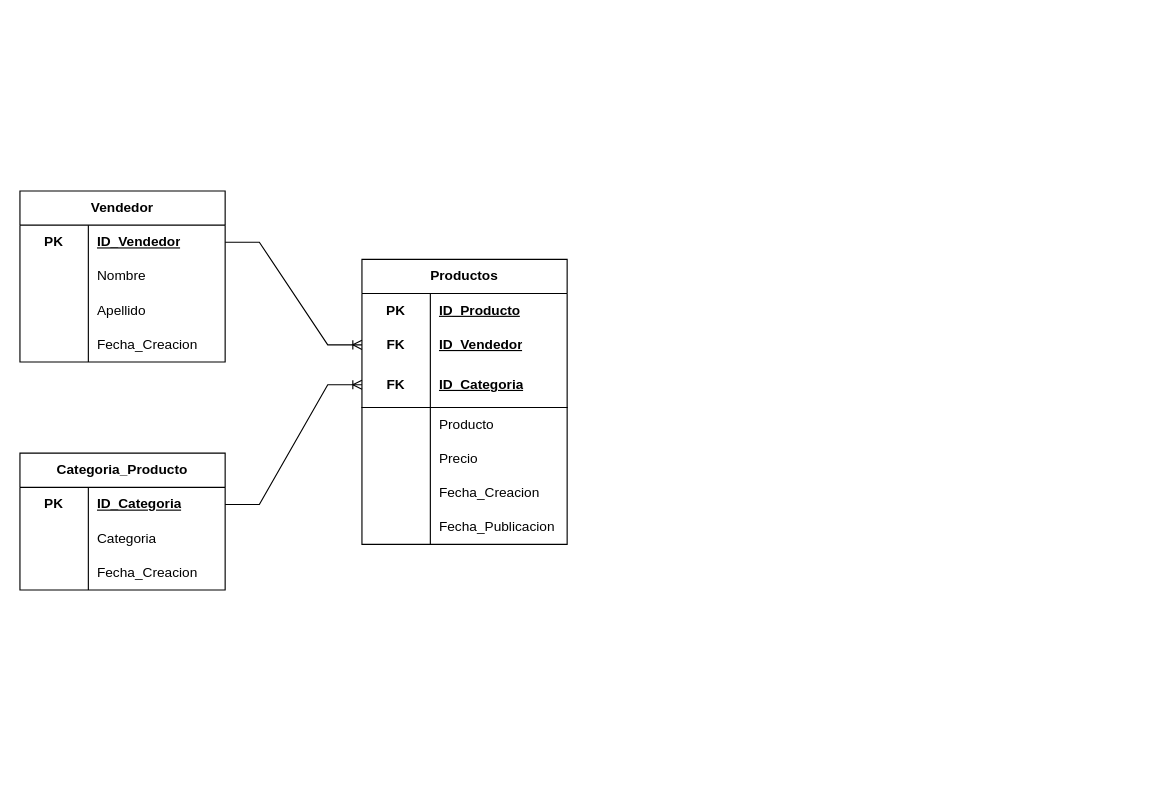
Above: Diagrama sin título.drawio in joansaal0900/CoderHouse (draw.io), before the change. Source tidied: cells renumbered, new cells numbered last; positions are measured from the earlier drawing's top-left corner, leaving out a move shared by most shapes. Both pictures are drawn from the tidied source at 114%, with x=0, y=0 at pixel (19, 190).
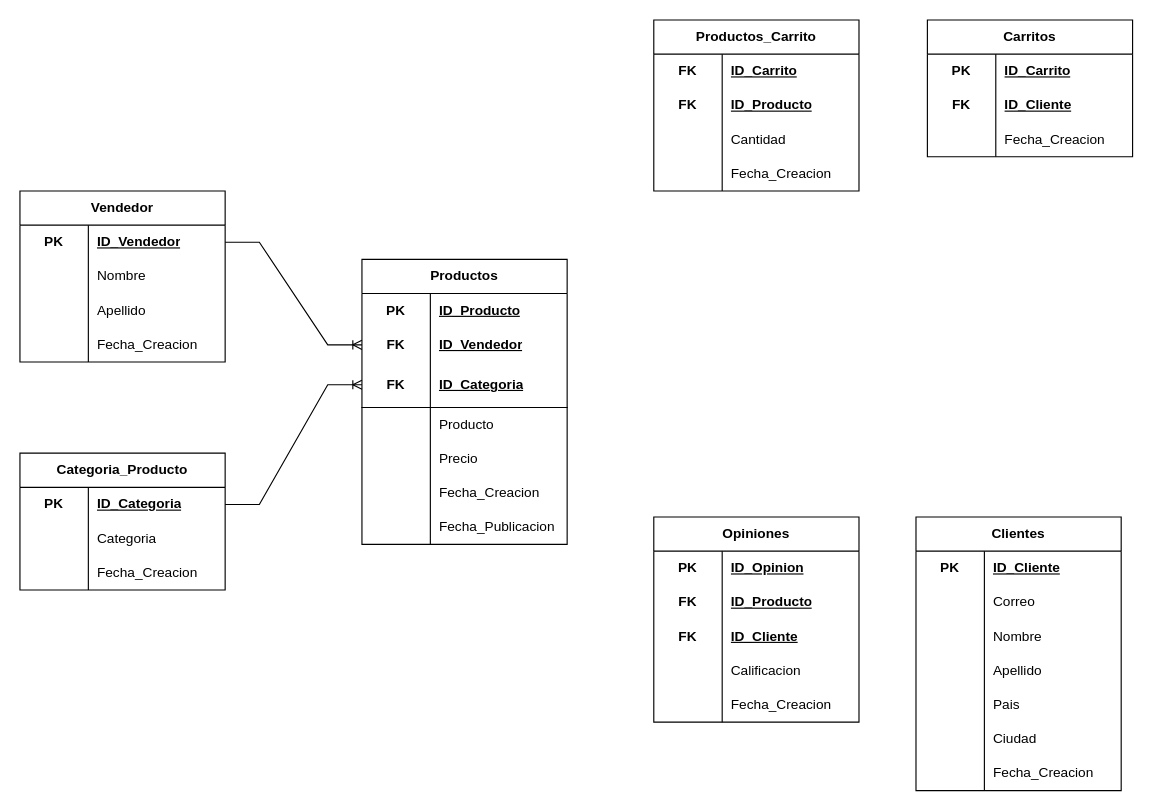
The same page after the edit.

What changed in the source:
```diff
@@
+    <mxCell id="49" value="Productos_Carrito" style="shape=table;startSize=30;childLayout=tableLayout;rowLines=0;fontStyle=1;align=center;html=1;whiteSpace=wrap;" parent="1" vertex="1">
+      <mxGeometry x="556" y="-150" width="180" height="150" as="geometry" />
+    </mxCell>
+    <mxCell id="50" style="shape=tableRow;horizontal=0;startSize=0;swimlaneHead=0;swimlaneBody=0;fillColor=none;top=0;left=0;right=0;bottom=0;html=1;" parent="49" vertex="1">
+      <mxGeometry y="30" width="180" height="30" as="geometry" />
+    </mxCell>
+    <mxCell id="51" value="FK" style="shape=partialRectangle;fillColor=none;top=0;left=0;bottom=0;right=0;fontStyle=1;overflow=hidden;html=1;whiteSpace=wrap;" parent="50" vertex="1">
+      <mxGeometry width="60" height="30" as="geometry" />
+    </mxCell>
+    <mxCell id="52" value="ID_Carrito" style="shape=partialRectangle;fillColor=none;top=0;left=0;bottom=0;right=0;align=left;spacingLeft=6;fontStyle=5;overflow=hidden;html=1;whiteSpace=wrap;" parent="50" vertex="1">
+      <mxGeometry x="60" width="120" height="30" as="geometry" />
+    </mxCell>
+    <mxCell id="53" style="shape=tableRow;horizontal=0;startSize=0;swimlaneHead=0;swimlaneBody=0;fillColor=none;top=0;left=0;right=0;bottom=0;html=1;" parent="49" vertex="1">
+      <mxGeometry y="60" width="180" height="30" as="geometry" />
+    </mxCell>
+    <mxCell id="54" value="FK" style="shape=partialRectangle;fillColor=none;top=0;left=0;bottom=0;right=0;fontStyle=1;overflow=hidden;html=1;whiteSpace=wrap;" parent="53" vertex="1">
+      <mxGeometry width="60" height="30" as="geometry" />
+    </mxCell>
+    <mxCell id="55" value="ID_Producto" style="shape=partialRectangle;fillColor=none;top=0;left=0;bottom=0;right=0;align=left;spacingLeft=6;fontStyle=5;overflow=hidden;html=1;whiteSpace=wrap;" parent="53" vertex="1">
+      <mxGeometry x="60" width="120" height="30" as="geometry" />
+    </mxCell>
+    <mxCell id="56" style="shape=tableRow;horizontal=0;startSize=0;swimlaneHead=0;swimlaneBody=0;fillColor=none;top=0;left=0;right=0;bottom=0;html=1;" parent="49" vertex="1">
+      <mxGeometry y="90" width="180" height="30" as="geometry" />
+    </mxCell>
+    <mxCell id="57" style="shape=partialRectangle;fillColor=none;top=0;left=0;bottom=0;right=0;overflow=hidden;html=1;whiteSpace=wrap;" parent="56" vertex="1">
+      <mxGeometry width="60" height="30" as="geometry" />
+    </mxCell>
+    <mxCell id="58" value="Cantidad" style="shape=partialRectangle;fillColor=none;top=0;left=0;bottom=0;right=0;align=left;spacingLeft=6;overflow=hidden;html=1;whiteSpace=wrap;" parent="56" vertex="1">
+      <mxGeometry x="60" width="120" height="30" as="geometry" />
+    </mxCell>
+    <mxCell id="59" style="shape=tableRow;horizontal=0;startSize=0;swimlaneHead=0;swimlaneBody=0;fillColor=none;top=0;left=0;right=0;bottom=0;html=1;" parent="49" vertex="1">
+      <mxGeometry y="120" width="180" height="30" as="geometry" />
+    </mxCell>
+    <mxCell id="60" style="shape=partialRectangle;fillColor=none;top=0;left=0;bottom=0;right=0;overflow=hidden;html=1;whiteSpace=wrap;" parent="59" vertex="1">
+      <mxGeometry width="60" height="30" as="geometry" />
+    </mxCell>
+    <mxCell id="61" value="Fecha_Creacion" style="shape=partialRectangle;fillColor=none;top=0;left=0;bottom=0;right=0;align=left;spacingLeft=6;overflow=hidden;html=1;whiteSpace=wrap;" parent="59" vertex="1">
+      <mxGeometry x="60" width="120" height="30" as="geometry" />
+    </mxCell>
+    <mxCell id="62" value="Opiniones" style="shape=table;startSize=30;childLayout=tableLayout;rowLines=0;fontStyle=1;align=center;html=1;whiteSpace=wrap;" parent="1" vertex="1">
+      <mxGeometry x="556" y="286" width="180" height="180" as="geometry" />
+    </mxCell>
+    <mxCell id="63" style="shape=tableRow;horizontal=0;startSize=0;swimlaneHead=0;swimlaneBody=0;fillColor=none;top=0;left=0;right=0;bottom=0;html=1;" parent="62" vertex="1">
+      <mxGeometry y="30" width="180" height="30" as="geometry" />
+    </mxCell>
+    <mxCell id="64" value="PK" style="shape=partialRectangle;fillColor=none;top=0;left=0;bottom=0;right=0;fontStyle=1;overflow=hidden;html=1;whiteSpace=wrap;" parent="63" vertex="1">
+      <mxGeometry width="60" height="30" as="geometry" />
+    </mxCell>
+    <mxCell id="65" value="ID_Opinion" style="shape=partialRectangle;fillColor=none;top=0;left=0;bottom=0;right=0;align=left;spacingLeft=6;fontStyle=5;overflow=hidden;html=1;whiteSpace=wrap;" parent="63" vertex="1">
+      <mxGeometry x="60" width="120" height="30" as="geometry" />
+    </mxCell>
+    <mxCell id="66" style="shape=tableRow;horizontal=0;startSize=0;swimlaneHead=0;swimlaneBody=0;fillColor=none;top=0;left=0;right=0;bottom=0;html=1;" parent="62" vertex="1">
+      <mxGeometry y="60" width="180" height="30" as="geometry" />
+    </mxCell>
+    <mxCell id="67" value="FK" style="shape=partialRectangle;fillColor=none;top=0;left=0;bottom=0;right=0;fontStyle=1;overflow=hidden;html=1;whiteSpace=wrap;" parent="66" vertex="1">
+      <mxGeometry width="60" height="30" as="geometry" />
+    </mxCell>
+    <mxCell id="68" value="ID_Producto" style="shape=partialRectangle;fillColor=none;top=0;left=0;bottom=0;right=0;align=left;spacingLeft=6;fontStyle=5;overflow=hidden;html=1;whiteSpace=wrap;" parent="66" vertex="1">
+      <mxGeometry x="60" width="120" height="30" as="geometry" />
+    </mxCell>
+    <mxCell id="69" style="shape=tableRow;horizontal=0;startSize=0;swimlaneHead=0;swimlaneBody=0;fillColor=none;top=0;left=0;right=0;bottom=0;html=1;" parent="62" vertex="1">
+      <mxGeometry y="90" width="180" height="30" as="geometry" />
+    </mxCell>
+    <mxCell id="70" value="FK" style="shape=partialRectangle;fillColor=none;top=0;left=0;bottom=0;right=0;fontStyle=1;overflow=hidden;html=1;whiteSpace=wrap;" parent="69" vertex="1">
+      <mxGeometry width="60" height="30" as="geometry" />
+    </mxCell>
+    <mxCell id="71" value="ID_Cliente" style="shape=partialRectangle;fillColor=none;top=0;left=0;bottom=0;right=0;align=left;spacingLeft=6;fontStyle=5;overflow=hidden;html=1;whiteSpace=wrap;" parent="69" vertex="1">
+      <mxGeometry x="60" width="120" height="30" as="geometry" />
+    </mxCell>
+    <mxCell id="72" style="shape=tableRow;horizontal=0;startSize=0;swimlaneHead=0;swimlaneBody=0;fillColor=none;top=0;left=0;right=0;bottom=0;html=1;" parent="62" vertex="1">
+      <mxGeometry y="120" width="180" height="30" as="geometry" />
+    </mxCell>
+    <mxCell id="73" style="shape=partialRectangle;fillColor=none;top=0;left=0;bottom=0;right=0;overflow=hidden;html=1;whiteSpace=wrap;" parent="72" vertex="1">
+      <mxGeometry width="60" height="30" as="geometry" />
+    </mxCell>
+    <mxCell id="74" value="Calificacion" style="shape=partialRectangle;fillColor=none;top=0;left=0;bottom=0;right=0;align=left;spacingLeft=6;overflow=hidden;html=1;whiteSpace=wrap;" parent="72" vertex="1">
+      <mxGeometry x="60" width="120" height="30" as="geometry" />
+    </mxCell>
+    <mxCell id="75" style="shape=tableRow;horizontal=0;startSize=0;swimlaneHead=0;swimlaneBody=0;fillColor=none;top=0;left=0;right=0;bottom=0;html=1;" parent="62" vertex="1">
+      <mxGeometry y="150" width="180" height="30" as="geometry" />
+    </mxCell>
+    <mxCell id="76" style="shape=partialRectangle;fillColor=none;top=0;left=0;bottom=0;right=0;overflow=hidden;html=1;whiteSpace=wrap;" parent="75" vertex="1">
+      <mxGeometry width="60" height="30" as="geometry" />
+    </mxCell>
+    <mxCell id="77" value="Fecha_Creacion" style="shape=partialRectangle;fillColor=none;top=0;left=0;bottom=0;right=0;align=left;spacingLeft=6;overflow=hidden;html=1;whiteSpace=wrap;" parent="75" vertex="1">
+      <mxGeometry x="60" width="120" height="30" as="geometry" />
+    </mxCell>
+    <mxCell id="78" value="Clientes" style="shape=table;startSize=30;childLayout=tableLayout;rowLines=0;fontStyle=1;align=center;html=1;whiteSpace=wrap;" parent="1" vertex="1">
+      <mxGeometry x="786" y="286" width="180" height="240" as="geometry" />
+    </mxCell>
+    <mxCell id="79" style="shape=tableRow;horizontal=0;startSize=0;swimlaneHead=0;swimlaneBody=0;fillColor=none;top=0;left=0;right=0;bottom=0;html=1;" parent="78" vertex="1">
+      <mxGeometry y="30" width="180" height="30" as="geometry" />
+    </mxCell>
+    <mxCell id="80" value="PK" style="shape=partialRectangle;fillColor=none;top=0;left=0;bottom=0;right=0;fontStyle=1;overflow=hidden;html=1;whiteSpace=wrap;" parent="79" vertex="1">
+      <mxGeometry width="60" height="30" as="geometry" />
+    </mxCell>
+    <mxCell id="81" value="ID_Cliente" style="shape=partialRectangle;fillColor=none;top=0;left=0;bottom=0;right=0;align=left;spacingLeft=6;fontStyle=5;overflow=hidden;html=1;whiteSpace=wrap;" parent="79" vertex="1">
+      <mxGeometry x="60" width="120" height="30" as="geometry" />
+    </mxCell>
+    <mxCell id="82" style="shape=tableRow;horizontal=0;startSize=0;swimlaneHead=0;swimlaneBody=0;fillColor=none;top=0;left=0;right=0;bottom=0;html=1;" parent="78" vertex="1">
+      <mxGeometry y="60" width="180" height="30" as="geometry" />
+    </mxCell>
+    <mxCell id="83" style="shape=partialRectangle;fillColor=none;top=0;left=0;bottom=0;right=0;overflow=hidden;html=1;whiteSpace=wrap;" parent="82" vertex="1">
+      <mxGeometry width="60" height="30" as="geometry" />
+    </mxCell>
+    <mxCell id="84" value="Correo" style="shape=partialRectangle;fillColor=none;top=0;left=0;bottom=0;right=0;align=left;spacingLeft=6;overflow=hidden;html=1;whiteSpace=wrap;" parent="82" vertex="1">
+      <mxGeometry x="60" width="120" height="30" as="geometry" />
+    </mxCell>
+    <mxCell id="85" style="shape=tableRow;horizontal=0;startSize=0;swimlaneHead=0;swimlaneBody=0;fillColor=none;top=0;left=0;right=0;bottom=0;html=1;" parent="78" vertex="1">
+      <mxGeometry y="90" width="180" height="30" as="geometry" />
+    </mxCell>
+    <mxCell id="86" style="shape=partialRectangle;fillColor=none;top=0;left=0;bottom=0;right=0;overflow=hidden;html=1;whiteSpace=wrap;" parent="85" vertex="1">
+      <mxGeometry width="60" height="30" as="geometry" />
+    </mxCell>
+    <mxCell id="87" value="Nombre" style="shape=partialRectangle;fillColor=none;top=0;left=0;bottom=0;right=0;align=left;spacingLeft=6;overflow=hidden;html=1;whiteSpace=wrap;" parent="85" vertex="1">
+      <mxGeometry x="60" width="120" height="30" as="geometry" />
+    </mxCell>
+    <mxCell id="88" style="shape=tableRow;horizontal=0;startSize=0;swimlaneHead=0;swimlaneBody=0;fillColor=none;top=0;left=0;right=0;bottom=0;html=1;" parent="78" vertex="1">
+      <mxGeometry y="120" width="180" height="30" as="geometry" />
+    </mxCell>
+    <mxCell id="89" style="shape=partialRectangle;fillColor=none;top=0;left=0;bottom=0;right=0;overflow=hidden;html=1;whiteSpace=wrap;" parent="88" vertex="1">
+      <mxGeometry width="60" height="30" as="geometry" />
+    </mxCell>
+    <mxCell id="90" value="Apellido" style="shape=partialRectangle;fillColor=none;top=0;left=0;bottom=0;right=0;align=left;spacingLeft=6;overflow=hidden;html=1;whiteSpace=wrap;" parent="88" vertex="1">
+      <mxGeometry x="60" width="120" height="30" as="geometry" />
+    </mxCell>
+    <mxCell id="91" style="shape=tableRow;horizontal=0;startSize=0;swimlaneHead=0;swimlaneBody=0;fillColor=none;top=0;left=0;right=0;bottom=0;html=1;" parent="78" vertex="1">
+      <mxGeometry y="150" width="180" height="30" as="geometry" />
+    </mxCell>
+    <mxCell id="92" style="shape=partialRectangle;fillColor=none;top=0;left=0;bottom=0;right=0;overflow=hidden;html=1;whiteSpace=wrap;" parent="91" vertex="1">
+      <mxGeometry width="60" height="30" as="geometry" />
+    </mxCell>
+    <mxCell id="93" value="Pais" style="shape=partialRectangle;fillColor=none;top=0;left=0;bottom=0;right=0;align=left;spacingLeft=6;overflow=hidden;html=1;whiteSpace=wrap;" parent="91" vertex="1">
+      <mxGeometry x="60" width="120" height="30" as="geometry" />
+    </mxCell>
+    <mxCell id="94" style="shape=tableRow;horizontal=0;startSize=0;swimlaneHead=0;swimlaneBody=0;fillColor=none;top=0;left=0;right=0;bottom=0;html=1;" parent="78" vertex="1">
+      <mxGeometry y="180" width="180" height="30" as="geometry" />
+    </mxCell>
+    <mxCell id="95" style="shape=partialRectangle;fillColor=none;top=0;left=0;bottom=0;right=0;overflow=hidden;html=1;whiteSpace=wrap;" parent="94" vertex="1">
+      <mxGeometry width="60" height="30" as="geometry" />
+    </mxCell>
+    <mxCell id="96" value="Ciudad" style="shape=partialRectangle;fillColor=none;top=0;left=0;bottom=0;right=0;align=left;spacingLeft=6;overflow=hidden;html=1;whiteSpace=wrap;" parent="94" vertex="1">
+      <mxGeometry x="60" width="120" height="30" as="geometry" />
+    </mxCell>
+    <mxCell id="97" style="shape=tableRow;horizontal=0;startSize=0;swimlaneHead=0;swimlaneBody=0;fillColor=none;top=0;left=0;right=0;bottom=0;html=1;" parent="78" vertex="1">
+      <mxGeometry y="210" width="180" height="30" as="geometry" />
+    </mxCell>
+    <mxCell id="98" style="shape=partialRectangle;fillColor=none;top=0;left=0;bottom=0;right=0;overflow=hidden;html=1;whiteSpace=wrap;" parent="97" vertex="1">
+      <mxGeometry width="60" height="30" as="geometry" />
+    </mxCell>
+    <mxCell id="99" value="Fecha_Creacion" style="shape=partialRectangle;fillColor=none;top=0;left=0;bottom=0;right=0;align=left;spacingLeft=6;overflow=hidden;html=1;whiteSpace=wrap;" parent="97" vertex="1">
+      <mxGeometry x="60" width="120" height="30" as="geometry" />
+    </mxCell>
+    <mxCell id="100" value="Carritos" style="shape=table;startSize=30;childLayout=tableLayout;rowLines=0;fontStyle=1;align=center;html=1;whiteSpace=wrap;" parent="1" vertex="1">
+      <mxGeometry x="796" y="-150" width="180" height="120" as="geometry" />
+    </mxCell>
+    <mxCell id="101" style="shape=tableRow;horizontal=0;startSize=0;swimlaneHead=0;swimlaneBody=0;fillColor=none;top=0;left=0;right=0;bottom=0;html=1;" parent="100" vertex="1">
+      <mxGeometry y="30" width="180" height="30" as="geometry" />
+    </mxCell>
+    <mxCell id="102" value="PK" style="shape=partialRectangle;fillColor=none;top=0;left=0;bottom=0;right=0;fontStyle=1;overflow=hidden;html=1;whiteSpace=wrap;" parent="101" vertex="1">
+      <mxGeometry width="60" height="30" as="geometry" />
+    </mxCell>
+    <mxCell id="103" value="ID_Carrito" style="shape=partialRectangle;fillColor=none;top=0;left=0;bottom=0;right=0;align=left;spacingLeft=6;fontStyle=5;overflow=hidden;html=1;whiteSpace=wrap;" parent="101" vertex="1">
+      <mxGeometry x="60" width="120" height="30" as="geometry" />
+    </mxCell>
+    <mxCell id="104" style="shape=tableRow;horizontal=0;startSize=0;swimlaneHead=0;swimlaneBody=0;fillColor=none;top=0;left=0;right=0;bottom=0;html=1;" parent="100" vertex="1">
+      <mxGeometry y="60" width="180" height="30" as="geometry" />
+    </mxCell>
+    <mxCell id="105" value="FK" style="shape=partialRectangle;fillColor=none;top=0;left=0;bottom=0;right=0;fontStyle=1;overflow=hidden;html=1;whiteSpace=wrap;" parent="104" vertex="1">
+      <mxGeometry width="60" height="30" as="geometry" />
+    </mxCell>
+    <mxCell id="106" value="ID_Cliente" style="shape=partialRectangle;fillColor=none;top=0;left=0;bottom=0;right=0;align=left;spacingLeft=6;fontStyle=5;overflow=hidden;html=1;whiteSpace=wrap;" parent="104" vertex="1">
+      <mxGeometry x="60" width="120" height="30" as="geometry" />
+    </mxCell>
+    <mxCell id="107" style="shape=tableRow;horizontal=0;startSize=0;swimlaneHead=0;swimlaneBody=0;fillColor=none;top=0;left=0;right=0;bottom=0;html=1;" parent="100" vertex="1">
+      <mxGeometry y="90" width="180" height="30" as="geometry" />
+    </mxCell>
+    <mxCell id="108" style="shape=partialRectangle;fillColor=none;top=0;left=0;bottom=0;right=0;overflow=hidden;html=1;whiteSpace=wrap;" parent="107" vertex="1">
+      <mxGeometry width="60" height="30" as="geometry" />
+    </mxCell>
+    <mxCell id="109" value="Fecha_Creacion" style="shape=partialRectangle;fillColor=none;top=0;left=0;bottom=0;right=0;align=left;spacingLeft=6;overflow=hidden;html=1;whiteSpace=wrap;" parent="107" vertex="1">
+      <mxGeometry x="60" width="120" height="30" as="geometry" />
+    </mxCell>
```
